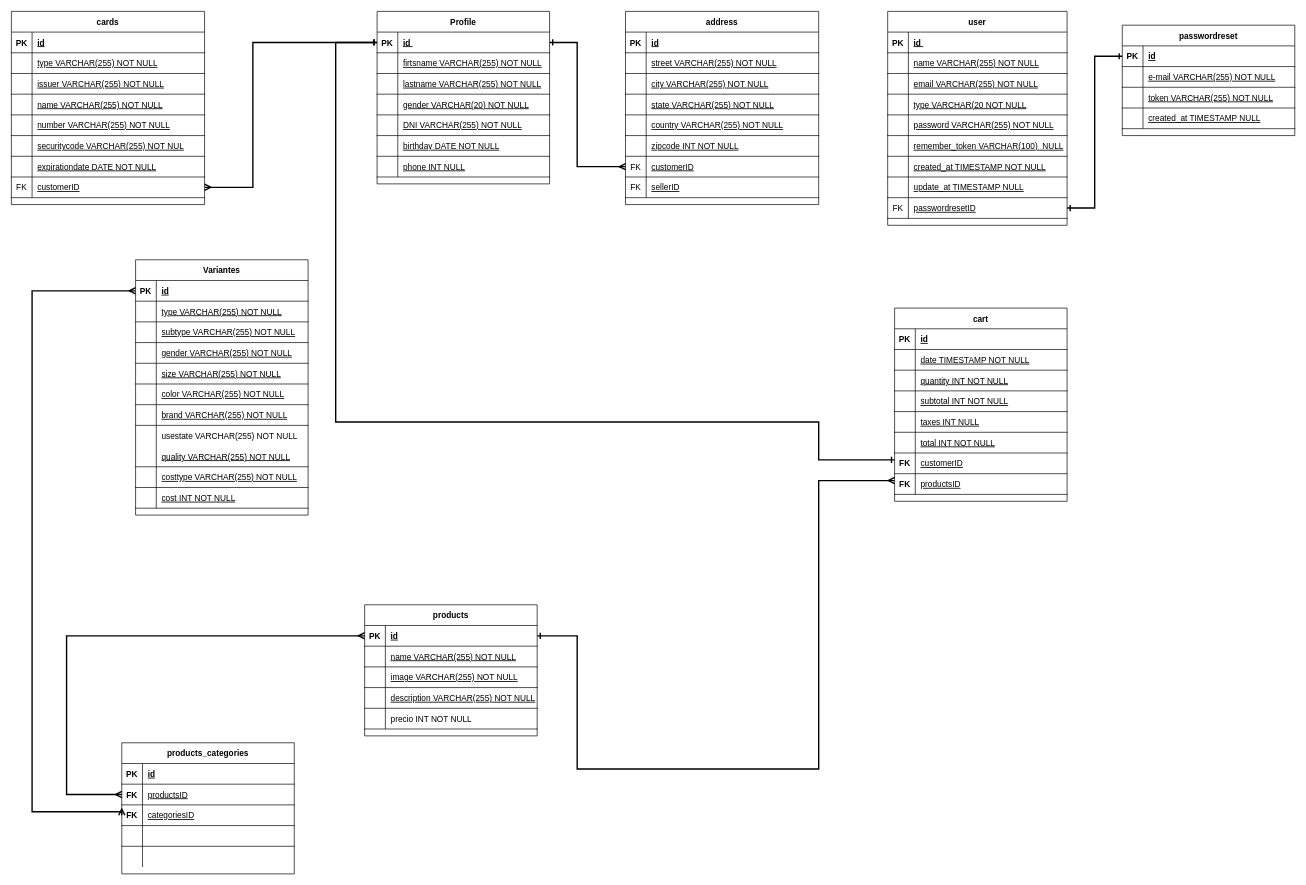
canetemauricio/equipo11 keeps this draw.io diagram as Untitled Diagram.drawio. Above is the earlier version. Source tidied: cells renumbered, new cells numbered last; positions are measured from the earlier drawing's top-left corner, leaving out a move shared by most shapes. Both pictures are drawn from the tidied source at 69%, with x=0, y=0 at pixel (11, 11).
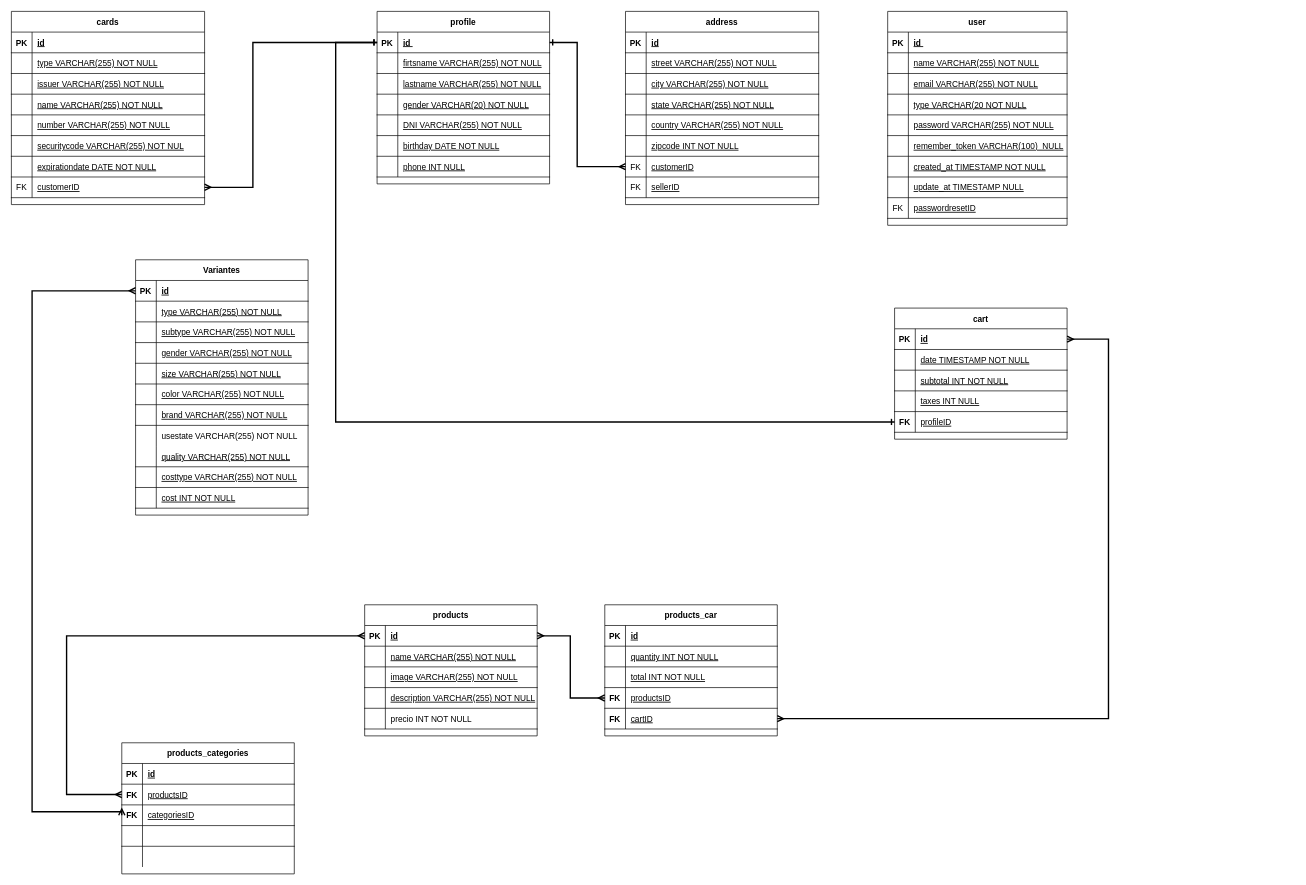
After the change.

Unchanged cells that the change refers to:
```xml
<mxCell id="3" style="shape=partialRectangle;fillColor=none;points=[[0,0.5],[1,0.5]];portConstraint=eastwest;top=0;left=0;right=0;bottom=1;" parent="2" vertex="1">
  <mxGeometry y="30" width="250" height="30" as="geometry" />
</mxCell>
<mxCell id="25" style="shape=partialRectangle;fillColor=none;points=[[0,0.5],[1,0.5]];portConstraint=eastwest;top=0;left=0;right=0;bottom=1;" parent="24" vertex="1">
  <mxGeometry y="30" width="250" height="30" as="geometry" />
</mxCell>
<mxCell id="41" style="shape=partialRectangle;fillColor=none;points=[[0,0.5],[1,0.5]];portConstraint=eastwest;top=0;left=0;right=0;bottom=1;" parent="40" vertex="1">
  <mxGeometry y="30" width="250" height="30" as="geometry" />
</mxCell>
<mxCell id="158" style="shape=partialRectangle;fillColor=none;points=[[0,0.5],[1,0.5]];portConstraint=eastwest;top=0;left=0;right=0;bottom=1;fontStyle=0;" parent="133" vertex="1">
  <mxGeometry y="270" width="260" height="30" as="geometry" />
</mxCell>
```

The edit, as a diff of the source:
```diff
@@
-    <mxCell id="2" value="Profile" style="shape=table;startSize=30;childLayout=tableLayout;rowLines=0;fontStyle=1;align=center;" parent="1" vertex="1">
+    <mxCell id="2" value="profile" style="shape=table;startSize=30;childLayout=tableLayout;rowLines=0;fontStyle=1;align=center;" parent="1" vertex="1">
       <mxGeometry x="530" width="250" height="250" as="geometry" />
     </mxCell>
@@
     <mxCell id="40" value="cart" style="shape=table;startSize=30;childLayout=tableLayout;rowLines=0;fontStyle=1;align=center;" parent="1" vertex="1">
-      <mxGeometry x="1280" y="430" width="250" height="280" as="geometry" />
+      <mxGeometry x="1280" y="430" width="250" height="190" as="geometry" />
     </mxCell>
@@
-    <mxCell id="47" style="shape=partialRectangle;fillColor=none;top=0;left=0;right=0;bottom=1;" parent="40" vertex="1">
-      <mxGeometry y="90" width="250" height="30" as="geometry" />
-    </mxCell>
-    <mxCell id="48" style="shape=partialRectangle;overflow=hidden;fillColor=none;top=0;left=0;bottom=0;right=0;fontStyle=1;" parent="47" vertex="1">
-      <mxGeometry width="30" height="30" as="geometry" />
-    </mxCell>
-    <mxCell id="49" value="quantity INT NOT NULL" style="shape=partialRectangle;overflow=hidden;fillColor=none;top=0;left=0;bottom=0;right=0;align=left;spacingLeft=6;fontStyle=4;" parent="47" vertex="1">
-      <mxGeometry x="30" width="220" height="30" as="geometry" />
-    </mxCell>
     <mxCell id="50" style="shape=partialRectangle;fillColor=none;top=0;left=0;right=0;bottom=1;" parent="40" vertex="1">
-      <mxGeometry y="120" width="250" height="30" as="geometry" />
+      <mxGeometry y="90" width="250" height="30" as="geometry" />
     </mxCell>
@@
     <mxCell id="53" style="shape=partialRectangle;fillColor=none;top=0;left=0;right=0;bottom=1;" parent="40" vertex="1">
-      <mxGeometry y="150" width="250" height="30" as="geometry" />
+      <mxGeometry y="120" width="250" height="30" as="geometry" />
     </mxCell>
@@
-    <mxCell id="56" style="shape=partialRectangle;fillColor=none;top=0;left=0;right=0;bottom=1;" parent="40" vertex="1">
-      <mxGeometry y="180" width="250" height="30" as="geometry" />
-    </mxCell>
-    <mxCell id="57" style="shape=partialRectangle;overflow=hidden;fillColor=none;top=0;left=0;bottom=0;right=0;fontStyle=1;" parent="56" vertex="1">
-      <mxGeometry width="30" height="30" as="geometry" />
-    </mxCell>
-    <mxCell id="58" value="total INT NOT NULL" style="shape=partialRectangle;overflow=hidden;fillColor=none;top=0;left=0;bottom=0;right=0;align=left;spacingLeft=6;fontStyle=4;" parent="56" vertex="1">
-      <mxGeometry x="30" width="220" height="30" as="geometry" />
-    </mxCell>
     <mxCell id="59" style="shape=partialRectangle;fillColor=none;points=[[0,0.5],[1,0.5]];portConstraint=eastwest;top=0;left=0;right=0;bottom=1;" parent="40" vertex="1">
-      <mxGeometry y="210" width="250" height="30" as="geometry" />
+      <mxGeometry y="150" width="250" height="30" as="geometry" />
     </mxCell>
@@
-    <mxCell id="61" value="customerID" style="shape=partialRectangle;overflow=hidden;fillColor=none;top=0;left=0;bottom=0;right=0;align=left;spacingLeft=6;fontStyle=4;" parent="59" vertex="1">
+    <mxCell id="61" value="profileID" style="shape=partialRectangle;overflow=hidden;fillColor=none;top=0;left=0;bottom=0;right=0;align=left;spacingLeft=6;fontStyle=4;" parent="59" vertex="1">
       <mxGeometry x="30" width="220" height="30" as="geometry" />
     </mxCell>
-    <mxCell id="62" style="shape=partialRectangle;fillColor=none;points=[[0,0.5],[1,0.5]];portConstraint=eastwest;top=0;left=0;right=0;bottom=1;" parent="40" vertex="1">
-      <mxGeometry y="240" width="250" height="30" as="geometry" />
-    </mxCell>
-    <mxCell id="63" style="shape=partialRectangle;overflow=hidden;fillColor=none;top=0;left=0;bottom=0;right=0;fontStyle=1;" parent="62" vertex="1">
-      <mxGeometry width="30" height="30" as="geometry" />
-    </mxCell>
-    <mxCell id="64" value="productsID" style="shape=partialRectangle;overflow=hidden;fillColor=none;top=0;left=0;bottom=0;right=0;align=left;spacingLeft=6;fontStyle=4;" parent="62" vertex="1">
-      <mxGeometry x="30" width="220" height="30" as="geometry" />
-    </mxCell>
@@
-    <mxCell id="120" value="passwordreset" style="shape=table;startSize=30;childLayout=tableLayout;rowLines=0;fontStyle=1;align=center;" parent="1" vertex="1">
-      <mxGeometry x="1610" y="20" width="250" height="160" as="geometry" />
-    </mxCell>
-    <mxCell id="121" style="shape=partialRectangle;fillColor=none;points=[[0,0.5],[1,0.5]];portConstraint=eastwest;top=0;left=0;right=0;bottom=1;" parent="120" vertex="1">
-      <mxGeometry y="30" width="250" height="30" as="geometry" />
-    </mxCell>
-    <mxCell id="122" value="PK" style="shape=partialRectangle;overflow=hidden;fillColor=none;top=0;left=0;bottom=0;right=0;fontStyle=1;" parent="121" vertex="1">
-      <mxGeometry width="30" height="30" as="geometry" />
-    </mxCell>
-    <mxCell id="123" value="id" style="shape=partialRectangle;overflow=hidden;fillColor=none;top=0;left=0;bottom=0;right=0;align=left;spacingLeft=6;fontStyle=5;" parent="121" vertex="1">
-      <mxGeometry x="30" width="220" height="30" as="geometry" />
-    </mxCell>
-    <mxCell id="124" style="shape=partialRectangle;fillColor=none;top=0;left=0;right=0;bottom=1;fontStyle=0;" parent="120" vertex="1">
-      <mxGeometry y="60" width="250" height="30" as="geometry" />
-    </mxCell>
-    <mxCell id="125" style="shape=partialRectangle;overflow=hidden;fillColor=none;top=0;left=0;bottom=0;right=0;fontStyle=0;" parent="124" vertex="1">
-      <mxGeometry width="30" height="30" as="geometry" />
-    </mxCell>
-    <mxCell id="126" value="e-mail VARCHAR(255) NOT NULL" style="shape=partialRectangle;overflow=hidden;fillColor=none;top=0;left=0;bottom=0;right=0;align=left;spacingLeft=6;fontStyle=4;" parent="124" vertex="1">
-      <mxGeometry x="30" width="220" height="30" as="geometry" />
-    </mxCell>
-    <mxCell id="127" style="shape=partialRectangle;fillColor=none;top=0;left=0;right=0;bottom=1;fontStyle=0;" parent="120" vertex="1">
-      <mxGeometry y="90" width="250" height="30" as="geometry" />
-    </mxCell>
-    <mxCell id="128" style="shape=partialRectangle;overflow=hidden;fillColor=none;top=0;left=0;bottom=0;right=0;fontStyle=0;" parent="127" vertex="1">
-      <mxGeometry width="30" height="30" as="geometry" />
-    </mxCell>
-    <mxCell id="129" value="token VARCHAR(255) NOT NULL" style="shape=partialRectangle;overflow=hidden;fillColor=none;top=0;left=0;bottom=0;right=0;align=left;spacingLeft=6;fontStyle=4;" parent="127" vertex="1">
-      <mxGeometry x="30" width="220" height="30" as="geometry" />
-    </mxCell>
-    <mxCell id="130" style="shape=partialRectangle;fillColor=none;top=0;left=0;right=0;bottom=1;fontStyle=0;" parent="120" vertex="1">
-      <mxGeometry y="120" width="250" height="30" as="geometry" />
-    </mxCell>
-    <mxCell id="131" style="shape=partialRectangle;overflow=hidden;fillColor=none;top=0;left=0;bottom=0;right=0;fontStyle=0;" parent="130" vertex="1">
-      <mxGeometry width="30" height="30" as="geometry" />
-    </mxCell>
-    <mxCell id="132" value="created_at TIMESTAMP NULL" style="shape=partialRectangle;overflow=hidden;fillColor=none;top=0;left=0;bottom=0;right=0;align=left;spacingLeft=6;fontStyle=4;" parent="130" vertex="1">
-      <mxGeometry x="30" width="220" height="30" as="geometry" />
-    </mxCell>
@@
-    <mxCell id="161" style="edgeStyle=orthogonalEdgeStyle;rounded=0;jettySize=auto;html=1;entryX=1;entryY=0.5;entryDx=0;entryDy=0;startArrow=ERone;startFill=0;endArrow=ERone;endFill=0;strokeWidth=2;exitX=0;exitY=0.5;exitDx=0;exitDy=0;" parent="1" edge="1" source="121" target="158">
-      <mxGeometry relative="1" as="geometry" />
-    </mxCell>
@@
     <mxCell id="215" value="FK" style="shape=partialRectangle;overflow=hidden;fillColor=none;top=0;left=0;bottom=0;right=0;fontStyle=1;labelBorderColor=none;" parent="1" vertex="1">
-      <mxGeometry x="1280" y="640" width="30" height="30" as="geometry" />
+      <mxGeometry x="1280" y="580" width="30" height="30" as="geometry" />
     </mxCell>
     <mxCell id="216" style="edgeStyle=orthogonalEdgeStyle;rounded=0;jettySize=auto;html=1;startArrow=ERone;startFill=0;endArrow=ERone;endFill=0;strokeWidth=2;entryX=0;entryY=0.5;entryDx=0;entryDy=0;" parent="1" edge="1" source="59" target="3">
       <mxGeometry relative="1" as="geometry">
         <Array as="points">
-          <mxPoint x="1170" y="650" />
-          <mxPoint x="1170" y="595" />
           <mxPoint x="470" y="595" />
           <mxPoint x="470" y="45" />
         </Array>
       </mxGeometry>
     </mxCell>
-    <mxCell id="217" style="edgeStyle=orthogonalEdgeStyle;rounded=0;jettySize=auto;html=1;startArrow=ERmany;startFill=0;endArrow=ERone;endFill=0;strokeWidth=2;entryX=1;entryY=0.5;entryDx=0;entryDy=0;" parent="1" edge="1" source="62" target="25">
-      <mxGeometry relative="1" as="geometry">
-        <Array as="points">
-          <mxPoint x="1170" y="680" />
-          <mxPoint x="1170" y="1098" />
-          <mxPoint x="820" y="1098" />
-          <mxPoint x="820" y="905" />
-        </Array>
-      </mxGeometry>
-    </mxCell>
-    <mxCell id="218" value="FK" style="shape=partialRectangle;overflow=hidden;fillColor=none;top=0;left=0;bottom=0;right=0;fontStyle=1;labelBorderColor=none;" parent="1" vertex="1">
-      <mxGeometry x="1280" y="670" width="30" height="30" as="geometry" />
-    </mxCell>
+    <mxCell id="219" value="products_car" style="shape=table;startSize=30;childLayout=tableLayout;rowLines=0;fontStyle=1;align=center;" parent="1" vertex="1">
+      <mxGeometry x="860" y="860" width="250" height="190" as="geometry" />
+    </mxCell>
+    <mxCell id="121" style="shape=partialRectangle;fillColor=none;points=[[0,0.5],[1,0.5]];portConstraint=eastwest;top=0;left=0;right=0;bottom=1;" parent="219" vertex="1">
+      <mxGeometry y="30" width="250" height="30" as="geometry" />
+    </mxCell>
+    <mxCell id="122" value="PK" style="shape=partialRectangle;overflow=hidden;fillColor=none;top=0;left=0;bottom=0;right=0;fontStyle=1;" parent="121" vertex="1">
+      <mxGeometry width="30" height="30" as="geometry" />
+    </mxCell>
+    <mxCell id="123" value="id" style="shape=partialRectangle;overflow=hidden;fillColor=none;top=0;left=0;bottom=0;right=0;align=left;spacingLeft=6;fontStyle=5;" parent="121" vertex="1">
+      <mxGeometry x="30" width="220" height="30" as="geometry" />
+    </mxCell>
+    <mxCell id="220" style="shape=partialRectangle;fillColor=none;top=0;left=0;right=0;bottom=1;" parent="219" vertex="1">
+      <mxGeometry y="60" width="250" height="30" as="geometry" />
+    </mxCell>
+    <mxCell id="221" style="shape=partialRectangle;overflow=hidden;fillColor=none;top=0;left=0;bottom=0;right=0;fontStyle=1;" parent="220" vertex="1">
+      <mxGeometry width="30" height="30" as="geometry" />
+    </mxCell>
+    <mxCell id="49" value="quantity INT NOT NULL" style="shape=partialRectangle;overflow=hidden;fillColor=none;top=0;left=0;bottom=0;right=0;align=left;spacingLeft=6;fontStyle=4;" parent="220" vertex="1">
+      <mxGeometry x="30" width="220" height="30" as="geometry" />
+    </mxCell>
+    <mxCell id="47" style="shape=partialRectangle;fillColor=none;top=0;left=0;right=0;bottom=1;" parent="219" vertex="1">
+      <mxGeometry y="90" width="250" height="30" as="geometry" />
+    </mxCell>
+    <mxCell id="222" style="shape=partialRectangle;overflow=hidden;fillColor=none;top=0;left=0;bottom=0;right=0;fontStyle=1;" parent="47" vertex="1">
+      <mxGeometry width="30" height="30" as="geometry" />
+    </mxCell>
+    <mxCell id="58" value="total INT NOT NULL" style="shape=partialRectangle;overflow=hidden;fillColor=none;top=0;left=0;bottom=0;right=0;align=left;spacingLeft=6;fontStyle=4;" parent="47" vertex="1">
+      <mxGeometry x="30" width="220" height="30" as="geometry" />
+    </mxCell>
+    <mxCell id="223" style="shape=partialRectangle;fillColor=none;points=[[0,0.5],[1,0.5]];portConstraint=eastwest;top=0;left=0;right=0;bottom=1;" parent="219" vertex="1">
+      <mxGeometry y="120" width="250" height="30" as="geometry" />
+    </mxCell>
+    <mxCell id="224" value="FK" style="shape=partialRectangle;overflow=hidden;fillColor=none;top=0;left=0;bottom=0;right=0;fontStyle=1;" parent="223" vertex="1">
+      <mxGeometry width="30" height="30" as="geometry" />
+    </mxCell>
+    <mxCell id="64" value="productsID" style="shape=partialRectangle;overflow=hidden;fillColor=none;top=0;left=0;bottom=0;right=0;align=left;spacingLeft=6;fontStyle=4;" parent="223" vertex="1">
+      <mxGeometry x="30" width="220" height="30" as="geometry" />
+    </mxCell>
+    <mxCell id="225" style="shape=partialRectangle;fillColor=none;points=[[0,0.5],[1,0.5]];portConstraint=eastwest;top=0;left=0;right=0;bottom=1;" parent="219" vertex="1">
+      <mxGeometry y="150" width="250" height="30" as="geometry" />
+    </mxCell>
+    <mxCell id="226" value="FK" style="shape=partialRectangle;overflow=hidden;fillColor=none;top=0;left=0;bottom=0;right=0;fontStyle=1;" parent="225" vertex="1">
+      <mxGeometry width="30" height="30" as="geometry" />
+    </mxCell>
+    <mxCell id="227" value="cartID" style="shape=partialRectangle;overflow=hidden;fillColor=none;top=0;left=0;bottom=0;right=0;align=left;spacingLeft=6;fontStyle=4;" parent="225" vertex="1">
+      <mxGeometry x="30" width="220" height="30" as="geometry" />
+    </mxCell>
+    <mxCell id="228" style="edgeStyle=orthogonalEdgeStyle;rounded=0;jettySize=auto;html=1;startArrow=ERmany;startFill=0;endArrow=ERmany;endFill=0;strokeWidth=2;exitX=0;exitY=0.5;exitDx=0;exitDy=0;entryX=1;entryY=0.5;entryDx=0;entryDy=0;" parent="1" edge="1" source="223" target="25">
+      <mxGeometry relative="1" as="geometry">
+        <Array as="points">
+          <mxPoint x="810" y="995" />
+          <mxPoint x="810" y="905" />
+        </Array>
+      </mxGeometry>
+    </mxCell>
+    <mxCell id="229" style="edgeStyle=orthogonalEdgeStyle;rounded=0;jettySize=auto;html=1;startArrow=ERmany;startFill=0;endArrow=ERmany;endFill=0;strokeWidth=2;entryX=1;entryY=0.5;entryDx=0;entryDy=0;exitX=1;exitY=0.5;exitDx=0;exitDy=0;" parent="1" edge="1" source="41" target="225">
+      <mxGeometry relative="1" as="geometry">
+        <Array as="points">
+          <mxPoint x="1590" y="475" />
+          <mxPoint x="1590" y="1025" />
+        </Array>
+      </mxGeometry>
+    </mxCell>
```
